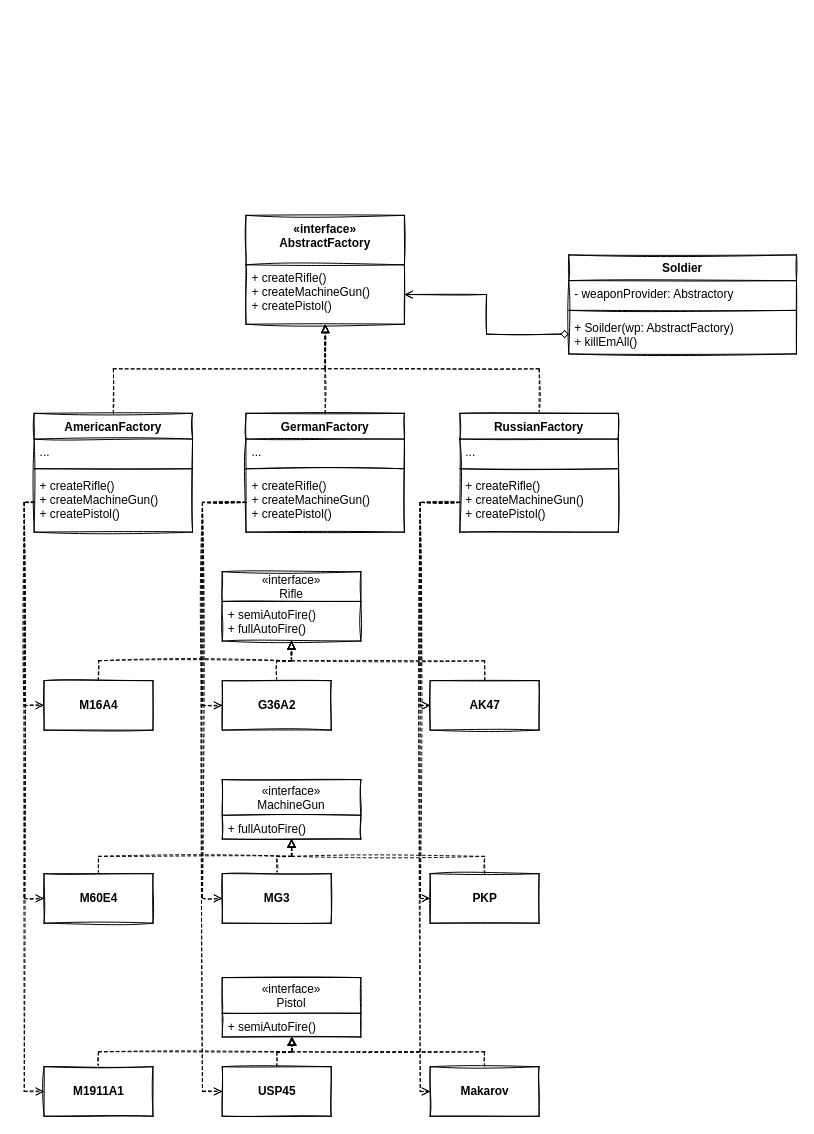
Above: page "Practice" (2 of 2) of src/02-AbstractFactory/UML.drawio in MangoPomelo/DesignPatternPractice (draw.io), before the change. Source tidied: cells renumbered, new cells numbered last; positions are measured from the earlier drawing's top-left corner, leaving out a move shared by most shapes. Both pictures are drawn from the tidied source at 99%, with x=0, y=0 at pixel (34, 215).
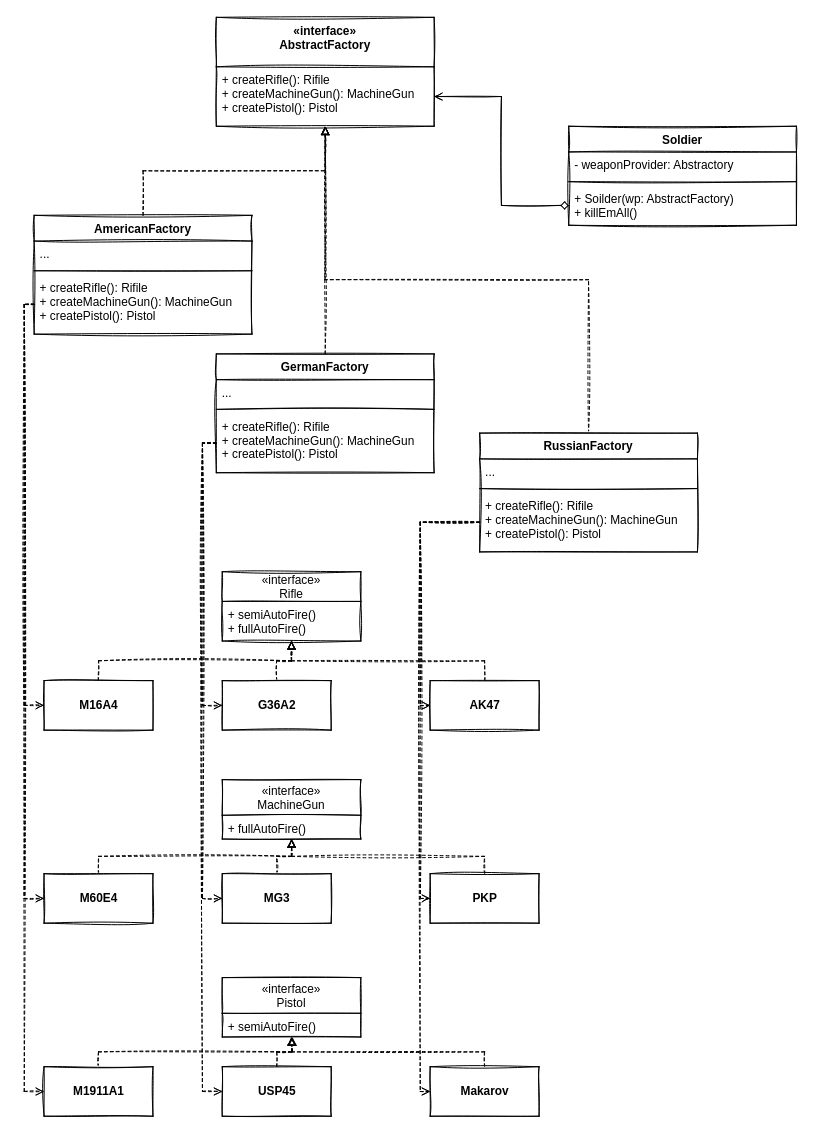
The same page after the edit.

Commit message:
docs: add return types to factories

The change refers to these unchanged cells:
```xml
<mxCell id="26" value="G36A2" style="html=1;rounded=0;sketch=1;fontStyle=1;" parent="1" vertex="1">
  <mxGeometry x="190" y="470" width="110" height="50" as="geometry" />
</mxCell>
<mxCell id="28" value="MG3" style="html=1;rounded=0;sketch=1;fontStyle=1;" parent="1" vertex="1">
  <mxGeometry x="190" y="665" width="110" height="50" as="geometry" />
</mxCell>
<mxCell id="30" value="USP45" style="html=1;rounded=0;sketch=1;fontStyle=1;" parent="1" vertex="1">
  <mxGeometry x="190" y="860" width="110" height="50" as="geometry" />
</mxCell>
```

Change to the diagram source:
```diff
@@
     <mxCell id="2" value="«interface»&#10;AbstractFactory" style="swimlane;fontStyle=1;align=center;verticalAlign=top;horizontal=1;startSize=50;rounded=0;sketch=1;" parent="1" vertex="1">
-      <mxGeometry x="214" width="160" height="110" as="geometry" />
+      <mxGeometry x="184" y="-200" width="220" height="110" as="geometry" />
     </mxCell>
-    <mxCell id="3" value="+ createRifle()&#10;+ createMachineGun()&#10;+ createPistol()" style="text;strokeColor=none;fillColor=none;align=left;verticalAlign=top;spacingLeft=4;spacingRight=4;overflow=hidden;points=[[0,0.5],[1,0.5]];portConstraint=eastwest;rounded=0;sketch=1;" parent="2" vertex="1">
-      <mxGeometry y="50" width="160" height="60" as="geometry" />
+    <mxCell id="3" value="+ createRifle(): Rifile&#10;+ createMachineGun(): MachineGun&#10;+ createPistol(): Pistol" style="text;strokeColor=none;fillColor=none;align=left;verticalAlign=top;spacingLeft=4;spacingRight=4;overflow=hidden;points=[[0,0.5],[1,0.5]];portConstraint=eastwest;rounded=0;sketch=1;" parent="2" vertex="1">
+      <mxGeometry y="50" width="220" height="60" as="geometry" />
     </mxCell>
@@
     <mxCell id="5" value="GermanFactory" style="swimlane;fontStyle=1;align=center;verticalAlign=top;horizontal=1;startSize=26;rounded=0;sketch=1;" parent="1" vertex="1">
-      <mxGeometry x="214" y="200" width="160" height="120" as="geometry" />
+      <mxGeometry x="184" y="140" width="220" height="120" as="geometry" />
     </mxCell>
     <mxCell id="6" value="..." style="text;strokeColor=none;fillColor=none;align=left;verticalAlign=top;spacingLeft=4;spacingRight=4;overflow=hidden;rounded=0;sketch=1;" parent="5" vertex="1">
-      <mxGeometry y="26" width="160" height="26" as="geometry" />
+      <mxGeometry y="26" width="220" height="26" as="geometry" />
     </mxCell>
     <mxCell id="7" style="line;strokeWidth=1;fillColor=none;align=left;verticalAlign=middle;spacingTop=-1;spacingLeft=3;spacingRight=3;labelPosition=right;rounded=0;sketch=1;" parent="5" vertex="1">
-      <mxGeometry y="52" width="160" height="8" as="geometry" />
+      <mxGeometry y="52" width="220" height="8" as="geometry" />
     </mxCell>
-    <mxCell id="8" value="+ createRifle()&#10;+ createMachineGun()&#10;+ createPistol()" style="text;strokeColor=none;fillColor=none;align=left;verticalAlign=top;spacingLeft=4;spacingRight=4;overflow=hidden;points=[[0,0.5],[1,0.5]];portConstraint=eastwest;rounded=0;sketch=1;" parent="5" vertex="1">
-      <mxGeometry y="60" width="160" height="60" as="geometry" />
+    <mxCell id="8" value="+ createRifle(): Rifile&#10;+ createMachineGun(): MachineGun&#10;+ createPistol(): Pistol" style="text;strokeColor=none;fillColor=none;align=left;verticalAlign=top;spacingLeft=4;spacingRight=4;overflow=hidden;points=[[0,0.5],[1,0.5]];portConstraint=eastwest;rounded=0;sketch=1;" parent="5" vertex="1">
+      <mxGeometry y="60" width="220" height="60" as="geometry" />
     </mxCell>
@@
     <mxCell id="10" value="RussianFactory" style="swimlane;fontStyle=1;align=center;verticalAlign=top;horizontal=1;startSize=26;rounded=0;sketch=1;" parent="1" vertex="1">
-      <mxGeometry x="430" y="200" width="160" height="120" as="geometry" />
+      <mxGeometry x="450" y="220" width="220" height="120" as="geometry" />
     </mxCell>
     <mxCell id="11" value="..." style="text;strokeColor=none;fillColor=none;align=left;verticalAlign=top;spacingLeft=4;spacingRight=4;overflow=hidden;rounded=0;sketch=1;" parent="10" vertex="1">
-      <mxGeometry y="26" width="160" height="26" as="geometry" />
+      <mxGeometry y="26" width="220" height="26" as="geometry" />
     </mxCell>
     <mxCell id="12" style="line;strokeWidth=1;fillColor=none;align=left;verticalAlign=middle;spacingTop=-1;spacingLeft=3;spacingRight=3;labelPosition=right;rounded=0;sketch=1;" parent="10" vertex="1">
-      <mxGeometry y="52" width="160" height="8" as="geometry" />
+      <mxGeometry y="52" width="220" height="8" as="geometry" />
     </mxCell>
-    <mxCell id="13" value="+ createRifle()&#10;+ createMachineGun()&#10;+ createPistol()" style="text;strokeColor=none;fillColor=none;align=left;verticalAlign=top;spacingLeft=4;spacingRight=4;overflow=hidden;points=[[0,0.5],[1,0.5]];portConstraint=eastwest;rounded=0;sketch=1;" parent="10" vertex="1">
-      <mxGeometry y="60" width="160" height="60" as="geometry" />
+    <mxCell id="13" value="+ createRifle(): Rifile&#10;+ createMachineGun(): MachineGun&#10;+ createPistol(): Pistol" style="text;strokeColor=none;fillColor=none;align=left;verticalAlign=top;spacingLeft=4;spacingRight=4;overflow=hidden;points=[[0,0.5],[1,0.5]];portConstraint=eastwest;rounded=0;sketch=1;" parent="10" vertex="1">
+      <mxGeometry y="60" width="220" height="60" as="geometry" />
     </mxCell>
@@
     <mxCell id="15" value="AmericanFactory" style="swimlane;fontStyle=1;align=center;verticalAlign=top;horizontal=1;startSize=26;rounded=0;sketch=1;" parent="1" vertex="1">
-      <mxGeometry y="200" width="160" height="120" as="geometry" />
+      <mxGeometry width="220" height="120" as="geometry" />
     </mxCell>
     <mxCell id="16" value="..." style="text;strokeColor=none;fillColor=none;align=left;verticalAlign=top;spacingLeft=4;spacingRight=4;overflow=hidden;rounded=0;sketch=1;" parent="15" vertex="1">
-      <mxGeometry y="26" width="160" height="26" as="geometry" />
+      <mxGeometry y="26" width="220" height="26" as="geometry" />
     </mxCell>
     <mxCell id="17" style="line;strokeWidth=1;fillColor=none;align=left;verticalAlign=middle;spacingTop=-1;spacingLeft=3;spacingRight=3;labelPosition=right;rounded=0;sketch=1;" parent="15" vertex="1">
-      <mxGeometry y="52" width="160" height="8" as="geometry" />
+      <mxGeometry y="52" width="220" height="8" as="geometry" />
     </mxCell>
-    <mxCell id="18" value="+ createRifle()&#10;+ createMachineGun()&#10;+ createPistol()" style="text;strokeColor=none;fillColor=none;align=left;verticalAlign=top;spacingLeft=4;spacingRight=4;overflow=hidden;points=[[0,0.5],[1,0.5]];portConstraint=eastwest;rounded=0;sketch=1;" parent="15" vertex="1">
-      <mxGeometry y="60" width="160" height="60" as="geometry" />
+    <mxCell id="18" value="+ createRifle(): Rifile&#10;+ createMachineGun(): MachineGun&#10;+ createPistol(): Pistol" style="text;strokeColor=none;fillColor=none;align=left;verticalAlign=top;spacingLeft=4;spacingRight=4;overflow=hidden;points=[[0,0.5],[1,0.5]];portConstraint=eastwest;rounded=0;sketch=1;" parent="15" vertex="1">
+      <mxGeometry y="60" width="220" height="60" as="geometry" />
     </mxCell>
@@
     <mxCell id="46" style="edgeStyle=orthogonalEdgeStyle;rounded=0;sketch=1;html=1;exitX=0;exitY=0.5;exitDx=0;exitDy=0;entryX=0;entryY=0.5;entryDx=0;entryDy=0;dashed=1;startArrow=none;startFill=0;endArrow=open;endFill=0;" parent="1" edge="1" source="8" target="26">
       <mxGeometry relative="1" as="geometry">
         <Array as="points">
-          <mxPoint x="170" y="290" />
+          <mxPoint x="170" y="230" />
           <mxPoint x="170" y="495" />
         </Array>
       </mxGeometry>
     </mxCell>
     <mxCell id="47" style="edgeStyle=orthogonalEdgeStyle;rounded=0;sketch=1;html=1;exitX=0;exitY=0.5;exitDx=0;exitDy=0;entryX=0;entryY=0.5;entryDx=0;entryDy=0;dashed=1;startArrow=none;startFill=0;endArrow=open;endFill=0;" parent="1" edge="1" source="8" target="28">
       <mxGeometry relative="1" as="geometry">
         <Array as="points">
-          <mxPoint x="170" y="290" />
+          <mxPoint x="170" y="230" />
           <mxPoint x="170" y="690" />
         </Array>
       </mxGeometry>
     </mxCell>
     <mxCell id="48" style="edgeStyle=orthogonalEdgeStyle;rounded=0;sketch=1;html=1;exitX=0;exitY=0.5;exitDx=0;exitDy=0;entryX=0;entryY=0.5;entryDx=0;entryDy=0;dashed=1;startArrow=none;startFill=0;endArrow=open;endFill=0;" parent="1" edge="1" source="8" target="30">
       <mxGeometry relative="1" as="geometry">
         <Array as="points">
-          <mxPoint x="170" y="290" />
+          <mxPoint x="170" y="230" />
           <mxPoint x="170" y="885" />
         </Array>
       </mxGeometry>
     </mxCell>
@@
     <mxCell id="52" value="Soldier" style="swimlane;fontStyle=1;align=center;verticalAlign=top;horizontal=1;startSize=26;rounded=0;sketch=1;" parent="1" vertex="1">
-      <mxGeometry x="540" y="40" width="230" height="100" as="geometry" />
+      <mxGeometry x="540" y="-90" width="230" height="100" as="geometry" />
     </mxCell>
```
